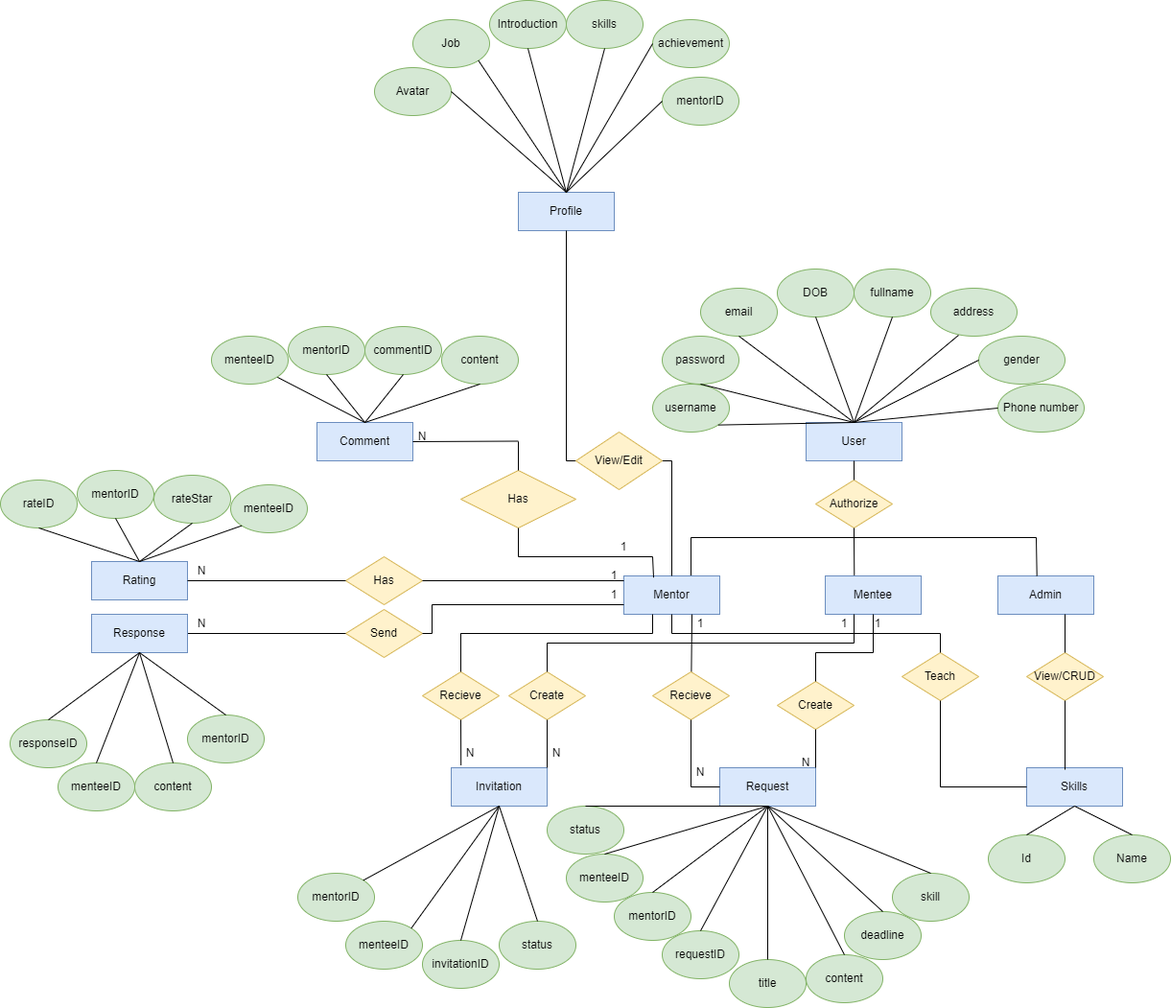
dungdt23/SWP391_Document keeps this draw.io diagram as ERD.drawio.png. Above is the earlier version. Source tidied: cells renumbered, new cells last; positions are measured from the earlier drawing's top-left corner, leaving out a move shared by most shapes.
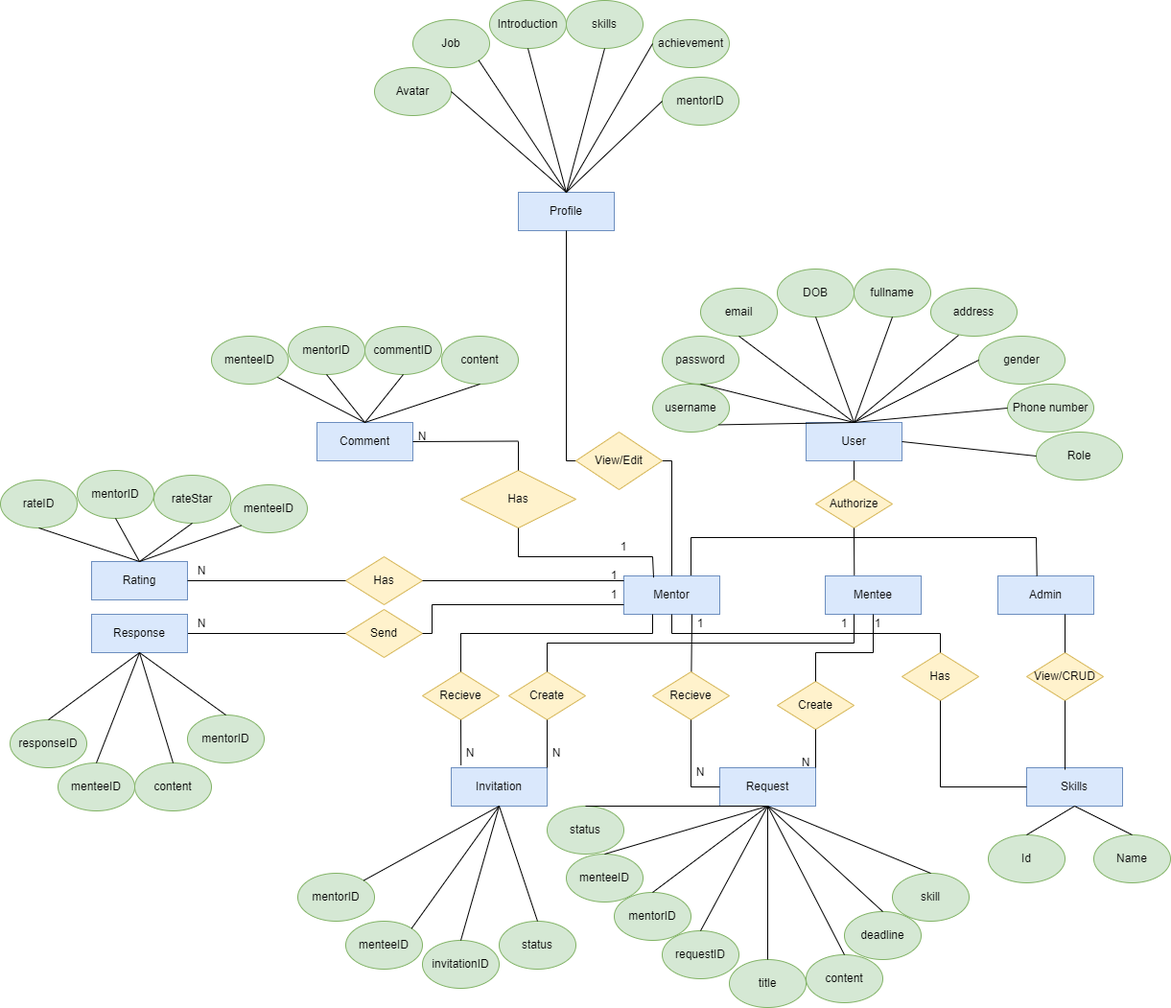
After the change.

The edit, as a diff of the source:
```diff
@@ -256,7 +256,7 @@
     <mxCell id="69" style="endArrow=none;html=1;rounded=0;entryX=0.5;entryY=1;entryDx=0;entryDy=0;exitX=0.4;exitY=0.05;exitDx=0;exitDy=0;exitPerimeter=0;" parent="1" edge="1" source="62" target="67">
       <mxGeometry relative="1" as="geometry" />
     </mxCell>
-    <mxCell id="70" value="Teach" style="shape=rhombus;perimeter=rhombusPerimeter;whiteSpace=wrap;html=1;align=center;fillColor=#fff2cc;strokeColor=#d6b656;" parent="1" vertex="1">
+    <mxCell id="70" value="Has" style="shape=rhombus;perimeter=rhombusPerimeter;whiteSpace=wrap;html=1;align=center;fillColor=#fff2cc;strokeColor=#d6b656;" parent="1" vertex="1">
       <mxGeometry x="940" y="680" width="80" height="50" as="geometry" />
     </mxCell>
     <mxCell id="71" style="endArrow=none;html=1;rounded=0;entryX=0.5;entryY=1;entryDx=0;entryDy=0;" parent="1" edge="1" target="14">
@@ -326,8 +326,10 @@
     <mxCell id="88" style="endArrow=none;html=1;rounded=0;entryX=0.5;entryY=1;entryDx=0;entryDy=0;exitX=0.5;exitY=0;exitDx=0;exitDy=0;" parent="1" edge="1" source="2" target="86">
       <mxGeometry relative="1" as="geometry" />
     </mxCell>
-    <mxCell id="89" style="endArrow=none;html=1;rounded=0;entryX=0.5;entryY=1;entryDx=0;entryDy=0;exitX=0.5;exitY=0;exitDx=0;exitDy=0;" parent="1" edge="1" source="2" target="87">
-      <mxGeometry relative="1" as="geometry" />
+    <mxCell id="89" style="endArrow=none;html=1;rounded=0;entryX=0.5;entryY=1;entryDx=0;entryDy=0;" parent="1" edge="1" target="87">
+      <mxGeometry relative="1" as="geometry">
+        <mxPoint x="890" y="440" as="sourcePoint" />
+      </mxGeometry>
     </mxCell>
     <mxCell id="90" value="mentorID" style="ellipse;whiteSpace=wrap;html=1;align=center;fillColor=#d5e8d4;strokeColor=#82b366;" parent="1" vertex="1">
       <mxGeometry x="300" y="340" width="80" height="50" as="geometry" />
@@ -514,7 +516,7 @@
       </mxGeometry>
     </mxCell>
     <mxCell id="143" value="Phone number" style="ellipse;whiteSpace=wrap;html=1;align=center;fillColor=#d5e8d4;strokeColor=#82b366;" parent="1" vertex="1">
-      <mxGeometry x="1040" y="400" width="90" height="50" as="geometry" />
+      <mxGeometry x="1050" y="400" width="90" height="50" as="geometry" />
     </mxCell>
     <mxCell id="144" style="endArrow=none;html=1;rounded=0;entryX=0;entryY=0.5;entryDx=0;entryDy=0;" parent="1" edge="1" target="143">
       <mxGeometry relative="1" as="geometry">
@@ -566,5 +568,11 @@
     <mxCell id="159" style="endArrow=none;html=1;rounded=0;entryX=0;entryY=0.5;entryDx=0;entryDy=0;exitX=0.5;exitY=0;exitDx=0;exitDy=0;" parent="1" edge="1" source="126" target="158">
       <mxGeometry relative="1" as="geometry" />
     </mxCell>
+    <mxCell id="160" value="Role" style="ellipse;whiteSpace=wrap;html=1;align=center;fillColor=#d5e8d4;strokeColor=#82b366;" parent="1" vertex="1">
+      <mxGeometry x="1080" y="450" width="90" height="50" as="geometry" />
+    </mxCell>
+    <mxCell id="161" style="endArrow=none;html=1;rounded=0;entryX=0;entryY=0.5;entryDx=0;entryDy=0;exitX=1;exitY=0.5;exitDx=0;exitDy=0;" parent="1" edge="1" source="2" target="160">
+      <mxGeometry relative="1" as="geometry" />
+    </mxCell>
   </root>
 </mxGraphModel>
```
